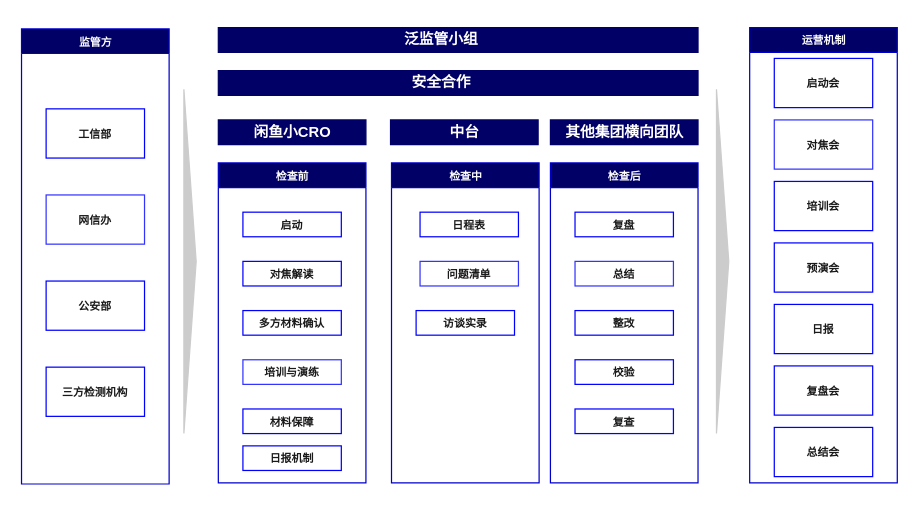
Above: 迎检机制.drawio in Rmachine/python-emulate (draw.io), before the change. Source tidied: cells renumbered, new cells numbered last; positions are measured from the earlier drawing's top-left corner, leaving out a move shared by most shapes. Both pictures are drawn from the tidied source at 123%, with x=0, y=0 at pixel (21, 21).
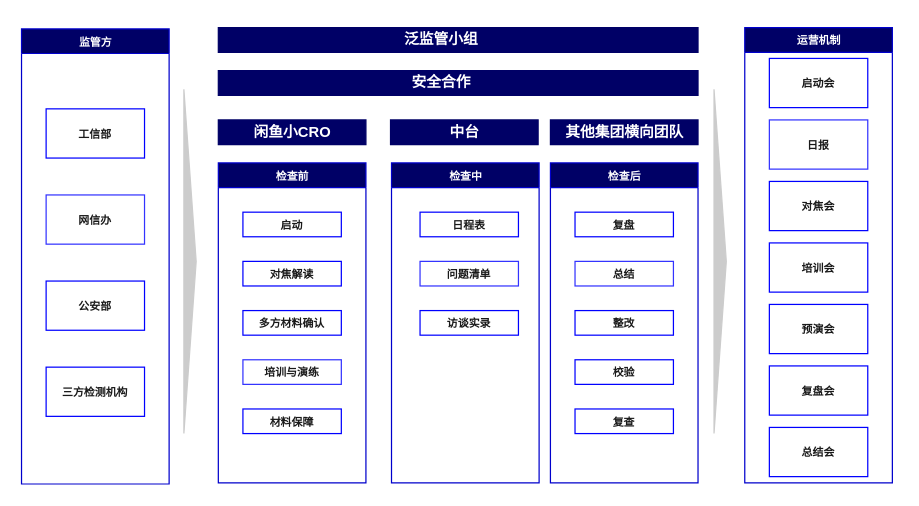
Above is the later version.

Commit message (it also covers changes not shown here):
更新迎检机制.drawio

Unchanged cells that the change refers to:
```xml
<mxCell id="36" value="&lt;font face=&quot;Microsoft YaHei&quot; color=&quot;#ffffff&quot;&gt;&lt;span style=&quot;font-size: 8.88889px;&quot;&gt;检查中&lt;/span&gt;&lt;/font&gt;" style="swimlane;html=1;startSize=20;horizontal=1;containerType=tree;glass=0;fillColor=#000066;strokeColor=#0000CC;gradientColor=none;fontStyle=1;" parent="24" vertex="1">
  <mxGeometry x="140.8" y="20" width="120" height="260" as="geometry" />
</mxCell>
<mxCell id="40" value="&lt;font face=&quot;Microsoft YaHei&quot; color=&quot;#ffffff&quot;&gt;&lt;span style=&quot;font-size: 8.88889px;&quot;&gt;检查前&lt;/span&gt;&lt;/font&gt;" style="swimlane;html=1;startSize=20;horizontal=1;containerType=tree;glass=0;fillColor=#000066;strokeColor=#0000CC;gradientColor=none;fontStyle=1;" parent="24" vertex="1">
  <mxGeometry y="20" width="120" height="260" as="geometry" />
</mxCell>
```

The edit, as a diff of the source:
```diff
@@
     <mxCell id="7" value="&lt;span style=&quot;font-family: &amp;quot;Microsoft YaHei&amp;quot;; font-size: 6.66667pt;&quot;&gt;&lt;font color=&quot;#ffffff&quot;&gt;运营机制&lt;/font&gt;&lt;/span&gt;" style="swimlane;html=1;startSize=20;horizontal=1;containerType=tree;glass=0;fillColor=#000066;strokeColor=#0000CC;gradientColor=none;fontStyle=1;" parent="1" vertex="1">
-      <mxGeometry x="592" y="5" width="120" height="370" as="geometry" />
+      <mxGeometry x="588" y="5" width="120" height="370" as="geometry" />
     </mxCell>
@@
-    <mxCell id="9" value="&lt;font face=&quot;Microsoft YaHei&quot; color=&quot;#191919&quot;&gt;&lt;span style=&quot;font-size: 8.88889px;&quot;&gt;对焦会&lt;/span&gt;&lt;/font&gt;" style="rounded=0;whiteSpace=wrap;html=1;strokeColor=#3333FF;fontStyle=1;" parent="7" vertex="1">
+    <mxCell id="9" value="&lt;span style=&quot;color: rgb(25, 25, 25); font-family: &amp;quot;Microsoft YaHei&amp;quot;; font-size: 8.88889px;&quot;&gt;日报&lt;/span&gt;" style="rounded=0;whiteSpace=wrap;html=1;strokeColor=#3333FF;fontStyle=1;" parent="7" vertex="1">
       <mxGeometry x="20" y="75" width="80" height="40" as="geometry" />
     </mxCell>
-    <mxCell id="10" value="&lt;font face=&quot;Microsoft YaHei&quot; color=&quot;#191919&quot;&gt;&lt;span style=&quot;font-size: 8.88889px;&quot;&gt;培训会&lt;/span&gt;&lt;/font&gt;" style="rounded=0;whiteSpace=wrap;html=1;strokeColor=#0000FF;fontStyle=1;" parent="7" vertex="1">
+    <mxCell id="10" value="&lt;span style=&quot;color: rgb(25, 25, 25); font-family: &amp;quot;Microsoft YaHei&amp;quot;; font-size: 8.88889px;&quot;&gt;对焦会&lt;/span&gt;" style="rounded=0;whiteSpace=wrap;html=1;strokeColor=#0000FF;fontStyle=1;" parent="7" vertex="1">
       <mxGeometry x="20" y="125" width="80" height="40" as="geometry" />
     </mxCell>
-    <mxCell id="11" value="&lt;font face=&quot;Microsoft YaHei&quot; color=&quot;#191919&quot;&gt;&lt;span style=&quot;font-size: 8.88889px;&quot;&gt;预演会&lt;/span&gt;&lt;/font&gt;" style="rounded=0;whiteSpace=wrap;html=1;strokeColor=#0000FF;fontStyle=1;" parent="7" vertex="1">
+    <mxCell id="11" value="&lt;span style=&quot;color: rgb(25, 25, 25); font-family: &amp;quot;Microsoft YaHei&amp;quot;; font-size: 8.88889px;&quot;&gt;培训会&lt;/span&gt;" style="rounded=0;whiteSpace=wrap;html=1;strokeColor=#0000FF;fontStyle=1;" parent="7" vertex="1">
       <mxGeometry x="20" y="175" width="80" height="40" as="geometry" />
     </mxCell>
-    <mxCell id="12" value="&lt;font face=&quot;Microsoft YaHei&quot; color=&quot;#191919&quot;&gt;&lt;span style=&quot;font-size: 8.88889px;&quot;&gt;日报&lt;/span&gt;&lt;/font&gt;" style="rounded=0;whiteSpace=wrap;html=1;strokeColor=#0000FF;fontStyle=1;" parent="7" vertex="1">
+    <mxCell id="12" value="&lt;span style=&quot;color: rgb(25, 25, 25); font-family: &amp;quot;Microsoft YaHei&amp;quot;; font-size: 8.88889px;&quot;&gt;预演会&lt;/span&gt;" style="rounded=0;whiteSpace=wrap;html=1;strokeColor=#0000FF;fontStyle=1;" parent="7" vertex="1">
       <mxGeometry x="20" y="225" width="80" height="40" as="geometry" />
     </mxCell>
@@
     <mxCell id="16" style="html=1;shadow=0;dashed=0;align=center;verticalAlign=middle;shape=mxgraph.arrows2.arrow;dy=0;dx=10;notch=0;strokeColor=#CCCCCC;fontColor=#FFFFFF;fillColor=#CCCCCC;gradientColor=none;fontStyle=1;" parent="1" vertex="1">
-      <mxGeometry x="565" y="55" width="10" height="280" as="geometry" />
+      <mxGeometry x="563" y="55" width="10" height="280" as="geometry" />
     </mxCell>
@@
     <mxCell id="39" value="&lt;font face=&quot;Microsoft YaHei&quot; color=&quot;#191919&quot;&gt;&lt;span style=&quot;font-size: 8.88889px;&quot;&gt;访谈实录&lt;/span&gt;&lt;/font&gt;" style="rounded=0;whiteSpace=wrap;html=1;strokeColor=#0000FF;fontStyle=1;" parent="36" vertex="1">
-      <mxGeometry x="20" y="120" width="80" height="20" as="geometry" />
+      <mxGeometry x="23.2" y="120" width="80" height="20" as="geometry" />
     </mxCell>
@@
-    <mxCell id="46" value="&lt;font face=&quot;Microsoft YaHei&quot; color=&quot;#191919&quot;&gt;&lt;span style=&quot;font-size: 8.88889px;&quot;&gt;日报机制&lt;/span&gt;&lt;/font&gt;" style="rounded=0;whiteSpace=wrap;html=1;strokeColor=#0000FF;fontStyle=1;" parent="40" vertex="1">
-      <mxGeometry x="20" y="230" width="80" height="20" as="geometry" />
-    </mxCell>
```
